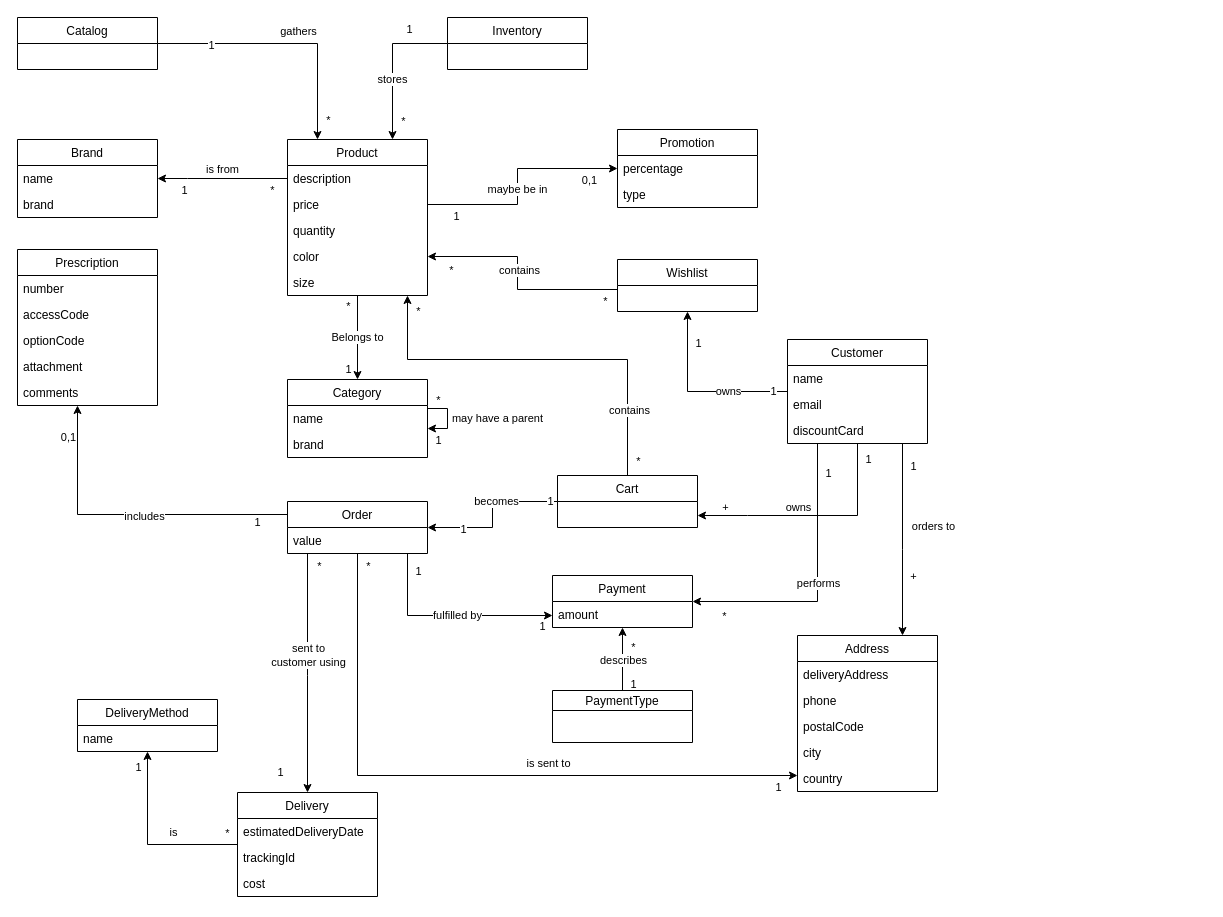
The draw.io diagram page "DomainModel" (1 of 4) of ServiceIdentification/Diagrams/DIagrams.drawio in jpscardoso97/pharmacity-ecommerce, before the edit. Source tidied: cells renumbered, new cells numbered last; positions are measured from the earlier drawing's top-left corner, leaving out a move shared by most shapes. Both pictures are drawn from the tidied source at 100%, with x=0, y=0 at pixel (17, 17).
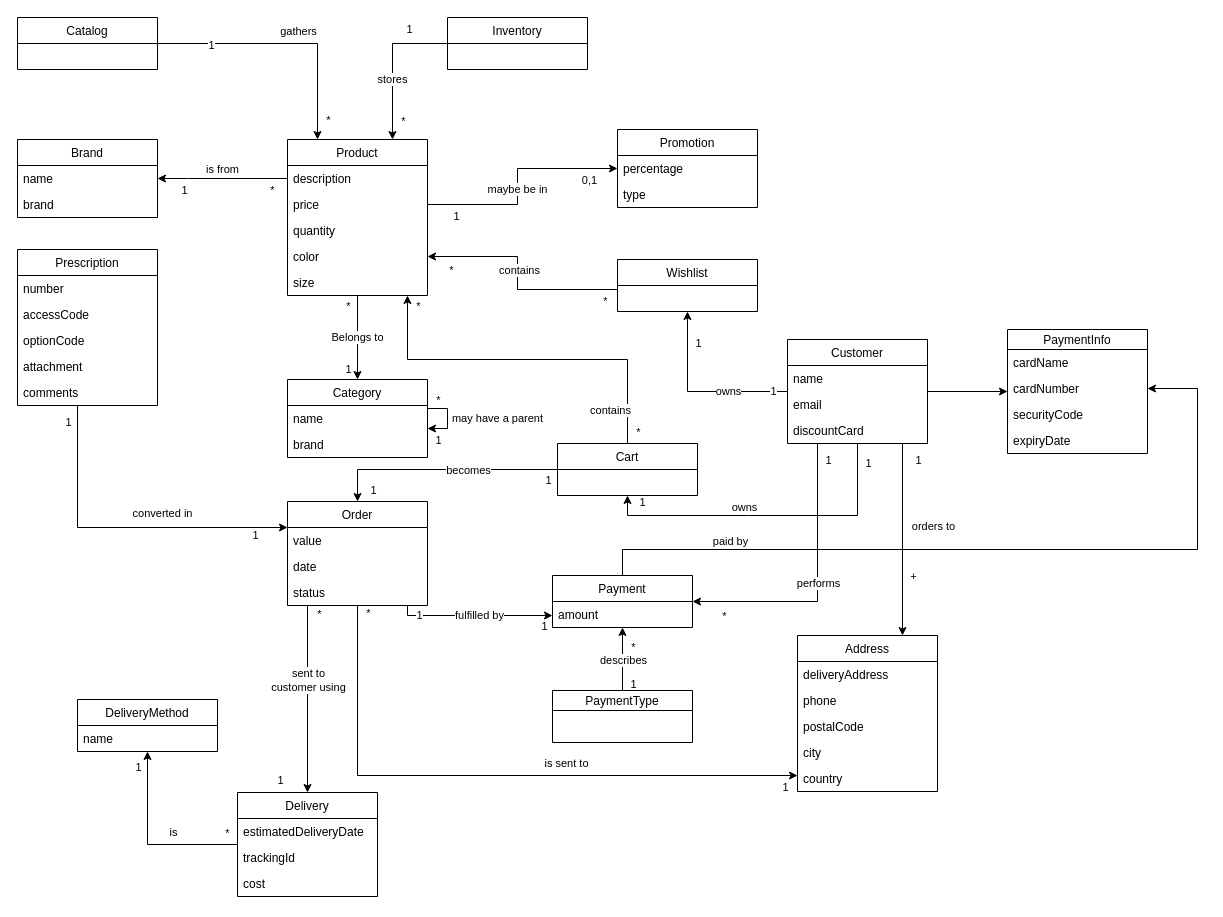
Above is the later version.

Unchanged cells that the change refers to:
```xml
<mxCell id="29" style="edgeStyle=orthogonalEdgeStyle;rounded=0;jettySize=auto;html=1;" parent="1" edge="1" source="37" target="46">
  <mxGeometry relative="1" as="geometry" />
</mxCell>
<mxCell id="48" style="edgeStyle=orthogonalEdgeStyle;rounded=0;jettySize=auto;html=1;" parent="1" edge="1" source="64" target="37">
  <mxGeometry relative="1" as="geometry">
    <Array as="points">
      <mxPoint x="730" y="498" />
      <mxPoint x="730" y="498" />
    </Array>
  </mxGeometry>
</mxCell>
<mxCell id="56" style="edgeStyle=orthogonalEdgeStyle;rounded=0;jettySize=auto;html=1;entryX=0.75;entryY=0;entryDx=0;entryDy=0;" parent="1" edge="1" source="64" target="73">
  <mxGeometry relative="1" as="geometry">
    <Array as="points">
      <mxPoint x="885" y="532" />
      <mxPoint x="885" y="532" />
    </Array>
  </mxGeometry>
</mxCell>
<mxCell id="60" style="edgeStyle=orthogonalEdgeStyle;rounded=0;jettySize=auto;html=1;entryX=1;entryY=0.5;entryDx=0;entryDy=0;" parent="1" edge="1" source="64" target="87">
  <mxGeometry relative="1" as="geometry">
    <Array as="points">
      <mxPoint x="800" y="584" />
    </Array>
  </mxGeometry>
</mxCell>
<mxCell id="64" value="Customer" style="swimlane;fontStyle=0;horizontal=1;startSize=26;fillColor=none;" parent="1" vertex="1">
  <mxGeometry x="770" y="322" width="140" height="104" as="geometry" />
</mxCell>
<mxCell id="87" value="Payment" style="swimlane;fontStyle=0;horizontal=1;startSize=26;fillColor=none;" parent="1" vertex="1">
  <mxGeometry x="535" y="558" width="140" height="52" as="geometry" />
</mxCell>
<mxCell id="102" value="Prescription" style="swimlane;fontStyle=0;horizontal=1;startSize=26;fillColor=none;" parent="1" vertex="1">
  <mxGeometry y="232" width="140" height="156" as="geometry" />
</mxCell>
```

Diff of the diagram source:
```diff
@@
     <mxCell id="30" value="becomes" style="edgeLabel;html=1;align=center;verticalAlign=middle;" parent="29" vertex="1">
-      <mxGeometry x="-0.2" y="-1" relative="1" as="geometry" />
+      <mxGeometry x="-0.2" y="-1" relative="1" as="geometry">
+        <mxPoint x="3" y="1" as="offset" />
+      </mxGeometry>
     </mxCell>
     <mxCell id="31" value="1" style="edgeLabel;html=1;align=center;verticalAlign=middle;" parent="29" vertex="1">
       <mxGeometry x="-0.76" y="-1" relative="1" as="geometry">
-        <mxPoint x="11" as="offset" />
+        <mxPoint x="18" y="11" as="offset" />
       </mxGeometry>
     </mxCell>
     <mxCell id="32" value="1" style="edgeLabel;html=1;align=center;verticalAlign=middle;" parent="29" vertex="1">
       <mxGeometry x="0.67" y="1" relative="1" as="geometry">
-        <mxPoint x="9" as="offset" />
+        <mxPoint x="9" y="19" as="offset" />
       </mxGeometry>
     </mxCell>
@@
     <mxCell id="37" value="Cart" style="swimlane;fontStyle=0;horizontal=1;startSize=26;fillColor=none;" parent="1" vertex="1">
-      <mxGeometry x="540" y="458" width="140" height="52" as="geometry" />
+      <mxGeometry x="540" y="426" width="140" height="52" as="geometry" />
     </mxCell>
@@
     <mxCell id="46" value="Order" style="swimlane;fontStyle=0;horizontal=1;startSize=26;fillColor=none;" parent="1" vertex="1">
-      <mxGeometry x="270" y="484" width="140" height="52" as="geometry" />
+      <mxGeometry x="270" y="484" width="140" height="104" as="geometry" />
     </mxCell>
+    <mxCell id="120" value="value" style="text;strokeColor=none;fillColor=none;align=left;verticalAlign=top;spacingLeft=4;spacingRight=4;overflow=hidden;" parent="46" vertex="1">
+      <mxGeometry y="26" width="140" height="26" as="geometry" />
+    </mxCell>
-    <mxCell id="47" value="value" style="text;strokeColor=none;fillColor=none;align=left;verticalAlign=top;spacingLeft=4;spacingRight=4;overflow=hidden;" parent="46" vertex="1">
-      <mxGeometry y="26" width="140" height="26" as="geometry" />
+    <mxCell id="47" value="date" style="text;strokeColor=none;fillColor=none;align=left;verticalAlign=top;spacingLeft=4;spacingRight=4;overflow=hidden;" parent="46" vertex="1">
+      <mxGeometry y="52" width="140" height="26" as="geometry" />
     </mxCell>
+    <mxCell id="121" value="status" style="text;strokeColor=none;fillColor=none;align=left;verticalAlign=top;spacingLeft=4;spacingRight=4;overflow=hidden;" parent="46" vertex="1">
+      <mxGeometry y="78" width="140" height="26" as="geometry" />
+    </mxCell>
@@
-    <mxCell id="50" value="+" style="edgeLabel;html=1;align=center;verticalAlign=middle;" parent="48" vertex="1">
+    <mxCell id="50" value="1" style="edgeLabel;html=1;align=center;verticalAlign=middle;" parent="48" vertex="1">
       <mxGeometry x="0.9" y="1" relative="1" as="geometry">
         <mxPoint x="15" y="-10" as="offset" />
       </mxGeometry>
     </mxCell>
@@
     <mxCell id="58" value="1" style="edgeLabel;html=1;align=center;verticalAlign=middle;" parent="56" vertex="1">
       <mxGeometry x="-0.77" relative="1" as="geometry">
-        <mxPoint x="10" as="offset" />
+        <mxPoint x="15" y="-6" as="offset" />
       </mxGeometry>
     </mxCell>
@@
     <mxCell id="62" value="1" style="edgeLabel;html=1;align=center;verticalAlign=middle;" parent="60" vertex="1">
       <mxGeometry x="-0.8" y="-2" relative="1" as="geometry">
-        <mxPoint x="12" y="1" as="offset" />
+        <mxPoint x="12" y="-12" as="offset" />
       </mxGeometry>
     </mxCell>
@@
+    <mxCell id="122" style="edgeStyle=orthogonalEdgeStyle;rounded=0;jettySize=auto;html=1;entryX=0;entryY=0.5;entryDx=0;entryDy=0;endArrow=classic;endFill=1;" parent="1" edge="1" source="64" target="125">
+      <mxGeometry relative="1" as="geometry" />
+    </mxCell>
@@
+    <mxCell id="123" style="edgeStyle=orthogonalEdgeStyle;rounded=0;jettySize=auto;html=1;entryX=1;entryY=0.5;entryDx=0;entryDy=0;endArrow=classic;endFill=1;" parent="1" edge="1" source="87" target="127">
+      <mxGeometry relative="1" as="geometry">
+        <Array as="points">
+          <mxPoint x="605" y="532" />
+          <mxPoint x="1180" y="532" />
+          <mxPoint x="1180" y="371" />
+        </Array>
+      </mxGeometry>
+    </mxCell>
+    <mxCell id="124" value="paid by" style="edgeLabel;html=1;align=center;verticalAlign=middle;" parent="123" vertex="1">
+      <mxGeometry x="-0.53" y="-2" relative="1" as="geometry">
+        <mxPoint x="-58" y="-11" as="offset" />
+      </mxGeometry>
+    </mxCell>
@@
-    <mxCell id="90" style="edgeStyle=orthogonalEdgeStyle;rounded=0;jettySize=auto;html=1;exitX=0;exitY=0.25;exitDx=0;exitDy=0;" parent="1" edge="1" source="46" target="102">
+    <mxCell id="90" style="edgeStyle=orthogonalEdgeStyle;rounded=0;jettySize=auto;html=1;exitX=0;exitY=0.25;exitDx=0;exitDy=0;startArrow=classic;startFill=1;endArrow=none;endFill=0;" parent="1" edge="1" source="46" target="102">
       <mxGeometry relative="1" as="geometry">
         <Array as="points">
-          <mxPoint x="60" y="497" />
+          <mxPoint x="60" y="510" />
         </Array>
       </mxGeometry>
     </mxCell>
-    <mxCell id="91" value="includes" style="edgeLabel;html=1;align=center;verticalAlign=middle;" parent="90" vertex="1">
+    <mxCell id="91" value="converted in" style="edgeLabel;html=1;align=center;verticalAlign=middle;" parent="90" vertex="1">
       <mxGeometry x="-0.17" y="-1" relative="1" as="geometry">
-        <mxPoint x="-11.7" y="2" as="offset" />
+        <mxPoint x="12" y="-14" as="offset" />
       </mxGeometry>
     </mxCell>
-    <mxCell id="92" value="0,1" style="edgeLabel;html=1;align=center;verticalAlign=middle;" parent="90" vertex="1">
+    <mxCell id="92" value="1" style="edgeLabel;html=1;align=center;verticalAlign=middle;" parent="90" vertex="1">
       <mxGeometry x="0.59" y="-1" relative="1" as="geometry">
-        <mxPoint x="-11" y="-34" as="offset" />
+        <mxPoint x="-11" y="-52" as="offset" />
       </mxGeometry>
     </mxCell>
@@
+    <mxCell id="125" value="PaymentInfo" style="swimlane;fontStyle=0;horizontal=1;startSize=20;fillColor=none;" parent="1" vertex="1">
+      <mxGeometry x="990" y="312" width="140" height="124" as="geometry" />
+    </mxCell>
+    <mxCell id="126" value="cardName" style="text;strokeColor=none;fillColor=none;align=left;verticalAlign=top;spacingLeft=4;spacingRight=4;overflow=hidden;" parent="125" vertex="1">
+      <mxGeometry y="20" width="140" height="26" as="geometry" />
+    </mxCell>
+    <mxCell id="127" value="cardNumber" style="text;strokeColor=none;fillColor=none;align=left;verticalAlign=top;spacingLeft=4;spacingRight=4;overflow=hidden;points=[[0,0.5],[1,0.5]];portConstraint=eastwest;" parent="125" vertex="1">
+      <mxGeometry y="46" width="140" height="26" as="geometry" />
+    </mxCell>
+    <mxCell id="128" value="securityCode" style="text;strokeColor=none;fillColor=none;align=left;verticalAlign=top;spacingLeft=4;spacingRight=4;overflow=hidden;" parent="125" vertex="1">
+      <mxGeometry y="72" width="140" height="26" as="geometry" />
+    </mxCell>
+    <mxCell id="129" value="expiryDate" style="text;strokeColor=none;fillColor=none;align=left;verticalAlign=top;spacingLeft=4;spacingRight=4;overflow=hidden;" parent="125" vertex="1">
+      <mxGeometry y="98" width="140" height="26" as="geometry" />
+    </mxCell>
```
